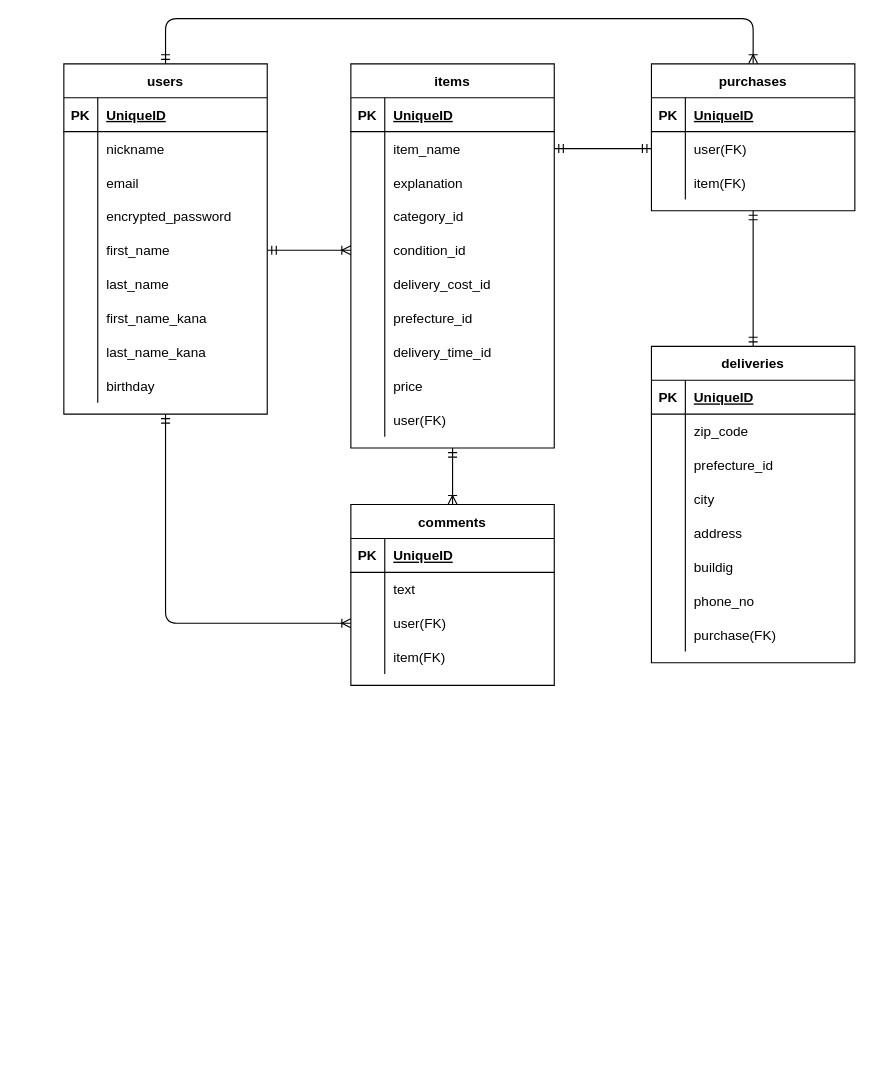
mmhm416/culno keeps this draw.io diagram as database.dio. Above is the earlier version. Source tidied: cells renumbered, new cells numbered last; positions are measured from the earlier drawing's top-left corner, leaving out a move shared by most shapes. Both pictures are drawn from the tidied source at 113%, with x=0, y=0 at pixel (63, 18).
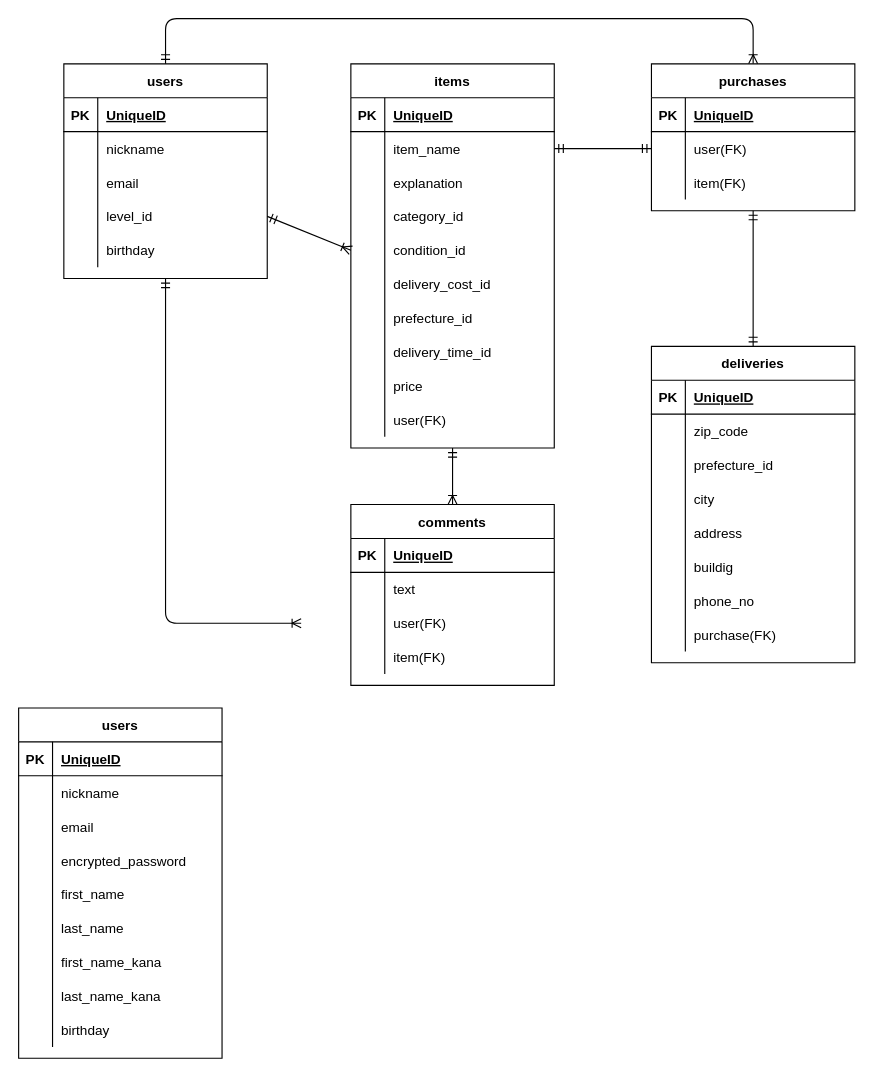
After the change.

Unchanged cells that the change refers to:
```xml
<mxCell id="68" style="shape=partialRectangle;fillColor=none;top=0;left=0;bottom=0;right=0;points=[[0,0.5],[1,0.5]];portConstraint=eastwest;" parent="61" vertex="1">
  <mxGeometry y="90" width="180" height="30" as="geometry" />
</mxCell>
```

The edit, as a diff of the source:
```diff
@@
     <mxCell id="2" value="users" style="shape=table;startSize=30;childLayout=tableLayout;rowLines=0;fontStyle=1;align=center;" parent="1" vertex="1">
-      <mxGeometry y="40" width="180" height="310" as="geometry" />
+      <mxGeometry y="40" width="180" height="190" as="geometry" />
     </mxCell>
@@
-    <mxCell id="12" style="shape=partialRectangle;fillColor=none;top=0;left=0;bottom=0;right=0;" parent="2" vertex="1">
-      <mxGeometry y="120" width="180" height="30" as="geometry" />
-    </mxCell>
-    <mxCell id="13" style="shape=partialRectangle;fillColor=none;top=0;left=0;bottom=0;right=0;overflow=hidden;" parent="12" vertex="1">
-      <mxGeometry width="30" height="30" as="geometry" />
-    </mxCell>
-    <mxCell id="14" value="encrypted_password" style="shape=partialRectangle;fillColor=none;top=0;left=0;bottom=0;right=0;align=left;spacingLeft=6;overflow=hidden;" parent="12" vertex="1">
-      <mxGeometry x="30" width="150" height="30" as="geometry" />
-    </mxCell>
     <mxCell id="15" style="shape=partialRectangle;fillColor=none;top=0;left=0;bottom=0;right=0;points=[[0,0.5],[1,0.5]];portConstraint=eastwest;" parent="2" vertex="1">
-      <mxGeometry y="150" width="180" height="30" as="geometry" />
+      <mxGeometry y="120" width="180" height="30" as="geometry" />
     </mxCell>
@@
-    <mxCell id="17" value="first_name" style="shape=partialRectangle;fillColor=none;top=0;left=0;bottom=0;right=0;align=left;spacingLeft=6;overflow=hidden;" parent="15" vertex="1">
+    <mxCell id="17" value="level_id" style="shape=partialRectangle;fillColor=none;top=0;left=0;bottom=0;right=0;align=left;spacingLeft=6;overflow=hidden;" parent="15" vertex="1">
       <mxGeometry x="30" width="150" height="30" as="geometry" />
     </mxCell>
-    <mxCell id="18" style="shape=partialRectangle;fillColor=none;top=0;left=0;bottom=0;right=0;" parent="2" vertex="1">
-      <mxGeometry y="180" width="180" height="30" as="geometry" />
-    </mxCell>
-    <mxCell id="19" style="shape=partialRectangle;fillColor=none;top=0;left=0;bottom=0;right=0;overflow=hidden;" parent="18" vertex="1">
-      <mxGeometry width="30" height="30" as="geometry" />
-    </mxCell>
-    <mxCell id="20" value="last_name" style="shape=partialRectangle;fillColor=none;top=0;left=0;bottom=0;right=0;align=left;spacingLeft=6;overflow=hidden;" parent="18" vertex="1">
-      <mxGeometry x="30" width="150" height="30" as="geometry" />
-    </mxCell>
-    <mxCell id="21" style="shape=partialRectangle;fillColor=none;top=0;left=0;bottom=0;right=0;" parent="2" vertex="1">
-      <mxGeometry y="210" width="180" height="30" as="geometry" />
-    </mxCell>
-    <mxCell id="22" style="shape=partialRectangle;fillColor=none;top=0;left=0;bottom=0;right=0;overflow=hidden;" parent="21" vertex="1">
-      <mxGeometry width="30" height="30" as="geometry" />
-    </mxCell>
-    <mxCell id="23" value="first_name_kana" style="shape=partialRectangle;fillColor=none;top=0;left=0;bottom=0;right=0;align=left;spacingLeft=6;overflow=hidden;" parent="21" vertex="1">
-      <mxGeometry x="30" width="150" height="30" as="geometry" />
-    </mxCell>
-    <mxCell id="24" style="shape=partialRectangle;fillColor=none;top=0;left=0;bottom=0;right=0;" parent="2" vertex="1">
-      <mxGeometry y="240" width="180" height="30" as="geometry" />
-    </mxCell>
-    <mxCell id="25" style="shape=partialRectangle;fillColor=none;top=0;left=0;bottom=0;right=0;overflow=hidden;" parent="24" vertex="1">
-      <mxGeometry width="30" height="30" as="geometry" />
-    </mxCell>
-    <mxCell id="26" value="last_name_kana " style="shape=partialRectangle;fillColor=none;top=0;left=0;bottom=0;right=0;align=left;spacingLeft=6;overflow=hidden;" parent="24" vertex="1">
-      <mxGeometry x="30" width="150" height="30" as="geometry" />
-    </mxCell>
     <mxCell id="27" style="shape=partialRectangle;fillColor=none;top=0;left=0;bottom=0;right=0;" parent="2" vertex="1">
-      <mxGeometry y="270" width="180" height="30" as="geometry" />
+      <mxGeometry y="150" width="180" height="30" as="geometry" />
     </mxCell>
@@
-    <mxCell id="102" style="fontSize=12;html=1;endArrow=ERoneToMany;startArrow=ERmandOne;exitX=0.5;exitY=1;exitDx=0;exitDy=0;edgeStyle=orthogonalEdgeStyle;entryX=0;entryY=0.5;entryDx=0;entryDy=0;" parent="1" edge="1" source="2" target="68">
+    <mxCell id="102" style="fontSize=12;html=1;endArrow=ERoneToMany;startArrow=ERmandOne;exitX=0.5;exitY=1;exitDx=0;exitDy=0;edgeStyle=orthogonalEdgeStyle;" parent="1" edge="1" source="2">
       <mxGeometry relative="1" as="geometry">
+        <mxPoint x="210" y="535" as="targetPoint" />
         <Array as="points">
           <mxPoint x="90" y="535" />
         </Array>
       </mxGeometry>
     </mxCell>
@@
+    <mxCell id="115" value="users" style="shape=table;startSize=30;childLayout=tableLayout;rowLines=0;fontStyle=1;align=center;" parent="1" vertex="1">
+      <mxGeometry x="-40" y="610" width="180" height="310" as="geometry" />
+    </mxCell>
+    <mxCell id="116" style="shape=partialRectangle;fillColor=none;top=0;left=0;bottom=1;right=0;" parent="115" vertex="1">
+      <mxGeometry y="30" width="180" height="30" as="geometry" />
+    </mxCell>
+    <mxCell id="117" value="PK" style="shape=partialRectangle;fillColor=none;top=0;left=0;bottom=0;right=0;fontStyle=1;overflow=hidden;" parent="116" vertex="1">
+      <mxGeometry width="30" height="30" as="geometry" />
+    </mxCell>
+    <mxCell id="118" value="UniqueID" style="shape=partialRectangle;fillColor=none;top=0;left=0;bottom=0;right=0;align=left;spacingLeft=6;fontStyle=5;overflow=hidden;" parent="116" vertex="1">
+      <mxGeometry x="30" width="150" height="30" as="geometry" />
+    </mxCell>
+    <mxCell id="119" style="shape=partialRectangle;fillColor=none;top=0;left=0;bottom=0;right=0;" parent="115" vertex="1">
+      <mxGeometry y="60" width="180" height="30" as="geometry" />
+    </mxCell>
+    <mxCell id="120" style="shape=partialRectangle;fillColor=none;top=0;left=0;bottom=0;right=0;overflow=hidden;" parent="119" vertex="1">
+      <mxGeometry width="30" height="30" as="geometry" />
+    </mxCell>
+    <mxCell id="121" value="nickname  " style="shape=partialRectangle;fillColor=none;top=0;left=0;bottom=0;right=0;align=left;spacingLeft=6;overflow=hidden;" parent="119" vertex="1">
+      <mxGeometry x="30" width="150" height="30" as="geometry" />
+    </mxCell>
+    <mxCell id="122" style="shape=partialRectangle;fillColor=none;top=0;left=0;bottom=0;right=0;" parent="115" vertex="1">
+      <mxGeometry y="90" width="180" height="30" as="geometry" />
+    </mxCell>
+    <mxCell id="123" style="shape=partialRectangle;fillColor=none;top=0;left=0;bottom=0;right=0;overflow=hidden;" parent="122" vertex="1">
+      <mxGeometry width="30" height="30" as="geometry" />
+    </mxCell>
+    <mxCell id="124" value="email" style="shape=partialRectangle;fillColor=none;top=0;left=0;bottom=0;right=0;align=left;spacingLeft=6;overflow=hidden;" parent="122" vertex="1">
+      <mxGeometry x="30" width="150" height="30" as="geometry" />
+    </mxCell>
+    <mxCell id="12" style="shape=partialRectangle;fillColor=none;top=0;left=0;bottom=0;right=0;" parent="115" vertex="1">
+      <mxGeometry y="120" width="180" height="30" as="geometry" />
+    </mxCell>
+    <mxCell id="125" style="shape=partialRectangle;fillColor=none;top=0;left=0;bottom=0;right=0;overflow=hidden;" parent="12" vertex="1">
+      <mxGeometry width="30" height="30" as="geometry" />
+    </mxCell>
+    <mxCell id="14" value="encrypted_password" style="shape=partialRectangle;fillColor=none;top=0;left=0;bottom=0;right=0;align=left;spacingLeft=6;overflow=hidden;" parent="12" vertex="1">
+      <mxGeometry x="30" width="150" height="30" as="geometry" />
+    </mxCell>
+    <mxCell id="126" style="shape=partialRectangle;fillColor=none;top=0;left=0;bottom=0;right=0;" parent="115" vertex="1">
+      <mxGeometry y="150" width="180" height="30" as="geometry" />
+    </mxCell>
+    <mxCell id="127" style="shape=partialRectangle;fillColor=none;top=0;left=0;bottom=0;right=0;overflow=hidden;" parent="126" vertex="1">
+      <mxGeometry width="30" height="30" as="geometry" />
+    </mxCell>
+    <mxCell id="128" value="first_name" style="shape=partialRectangle;fillColor=none;top=0;left=0;bottom=0;right=0;align=left;spacingLeft=6;overflow=hidden;" parent="126" vertex="1">
+      <mxGeometry x="30" width="150" height="30" as="geometry" />
+    </mxCell>
+    <mxCell id="18" style="shape=partialRectangle;fillColor=none;top=0;left=0;bottom=0;right=0;" parent="115" vertex="1">
+      <mxGeometry y="180" width="180" height="30" as="geometry" />
+    </mxCell>
+    <mxCell id="129" style="shape=partialRectangle;fillColor=none;top=0;left=0;bottom=0;right=0;overflow=hidden;" parent="18" vertex="1">
+      <mxGeometry width="30" height="30" as="geometry" />
+    </mxCell>
+    <mxCell id="20" value="last_name" style="shape=partialRectangle;fillColor=none;top=0;left=0;bottom=0;right=0;align=left;spacingLeft=6;overflow=hidden;" parent="18" vertex="1">
+      <mxGeometry x="30" width="150" height="30" as="geometry" />
+    </mxCell>
+    <mxCell id="21" style="shape=partialRectangle;fillColor=none;top=0;left=0;bottom=0;right=0;" parent="115" vertex="1">
+      <mxGeometry y="210" width="180" height="30" as="geometry" />
+    </mxCell>
+    <mxCell id="130" style="shape=partialRectangle;fillColor=none;top=0;left=0;bottom=0;right=0;overflow=hidden;" parent="21" vertex="1">
+      <mxGeometry width="30" height="30" as="geometry" />
+    </mxCell>
+    <mxCell id="23" value="first_name_kana" style="shape=partialRectangle;fillColor=none;top=0;left=0;bottom=0;right=0;align=left;spacingLeft=6;overflow=hidden;" parent="21" vertex="1">
+      <mxGeometry x="30" width="150" height="30" as="geometry" />
+    </mxCell>
+    <mxCell id="24" style="shape=partialRectangle;fillColor=none;top=0;left=0;bottom=0;right=0;" parent="115" vertex="1">
+      <mxGeometry y="240" width="180" height="30" as="geometry" />
+    </mxCell>
+    <mxCell id="131" style="shape=partialRectangle;fillColor=none;top=0;left=0;bottom=0;right=0;overflow=hidden;" parent="24" vertex="1">
+      <mxGeometry width="30" height="30" as="geometry" />
+    </mxCell>
+    <mxCell id="26" value="last_name_kana " style="shape=partialRectangle;fillColor=none;top=0;left=0;bottom=0;right=0;align=left;spacingLeft=6;overflow=hidden;" parent="24" vertex="1">
+      <mxGeometry x="30" width="150" height="30" as="geometry" />
+    </mxCell>
+    <mxCell id="132" style="shape=partialRectangle;fillColor=none;top=0;left=0;bottom=0;right=0;" parent="115" vertex="1">
+      <mxGeometry y="270" width="180" height="30" as="geometry" />
+    </mxCell>
+    <mxCell id="133" style="shape=partialRectangle;fillColor=none;top=0;left=0;bottom=0;right=0;overflow=hidden;" parent="132" vertex="1">
+      <mxGeometry width="30" height="30" as="geometry" />
+    </mxCell>
+    <mxCell id="134" value="birthday" style="shape=partialRectangle;fillColor=none;top=0;left=0;bottom=0;right=0;align=left;spacingLeft=6;overflow=hidden;" parent="132" vertex="1">
+      <mxGeometry x="30" width="150" height="30" as="geometry" />
+    </mxCell>
```
